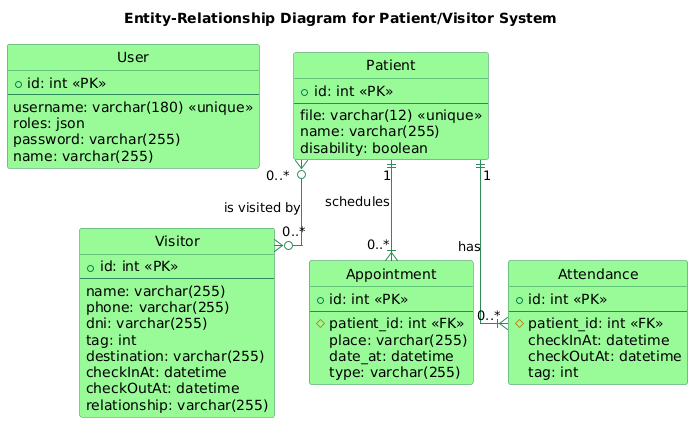
Above: DER.png in genomorro/registro-io (PlantUML), before the change.
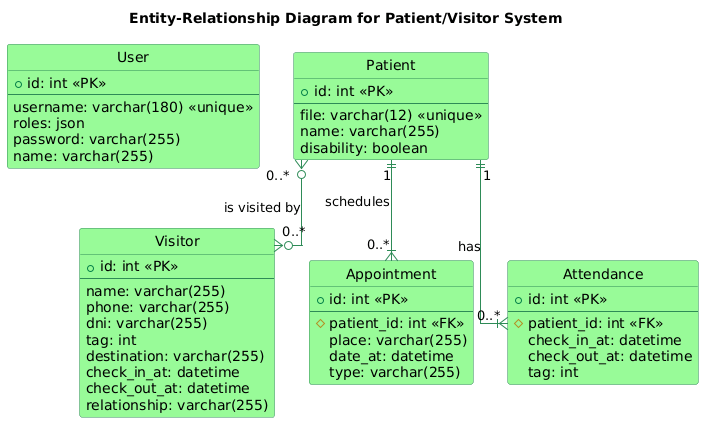
Later version of the same file.

Change to the diagram source:
```diff
@@ -37,8 +37,8 @@
   dni: varchar(255)
   tag: int
   destination: varchar(255)
-  checkInAt: datetime
-  checkOutAt: datetime
+  check_in_at: datetime
+  check_out_at: datetime
   relationship: varchar(255)
 }
 
@@ -55,8 +55,8 @@
   + id: int <<PK>>
   --
   # patient_id: int <<FK>>
-  checkInAt: datetime
-  checkOutAt: datetime
+  check_in_at: datetime
+  check_out_at: datetime
   tag: int
 }
 
```
